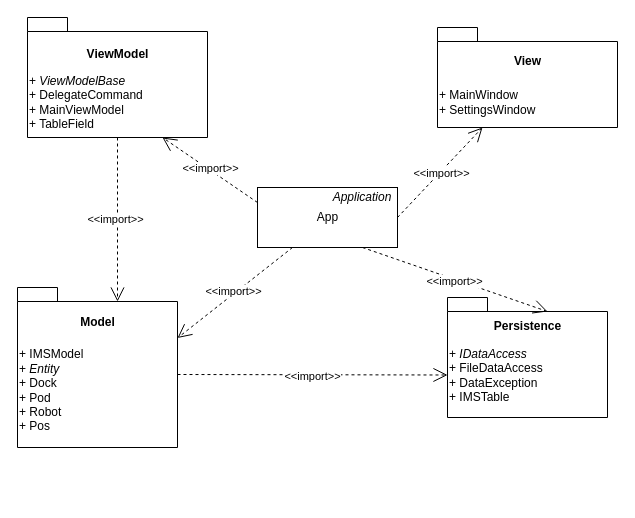
Before: documents/uml/Package_diagram.drawio in Toncsimoncsi/Inventory-Management-System, a draw.io diagram. Source tidied: cells renumbered, new cells numbered last; positions are measured from the earlier drawing's top-left corner, leaving out a move shared by most shapes. Both pictures are drawn from the tidied source at 100%, with x=0, y=0 at pixel (17, 17).
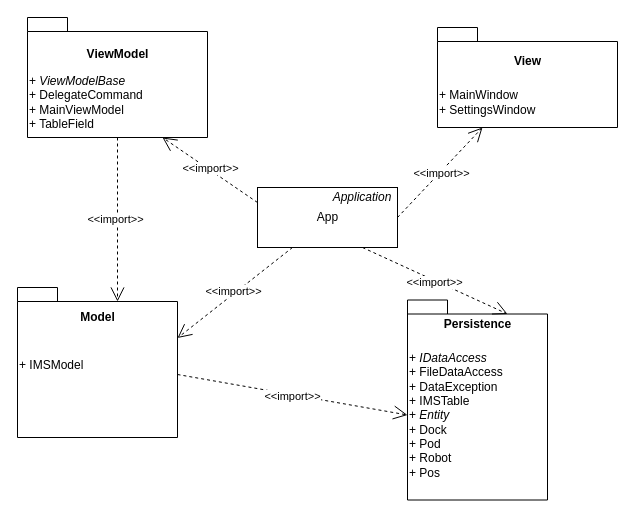
The same diagram, later.

Commit message (it also covers changes not shown here):
fixed usecase look and extended persistence and model in package diagram

The edit, as a diff of the source:
```diff
@@
 <mxGraphModel>
   <root>
     <mxCell id="0" />
     <mxCell id="1" parent="0" />
     <mxCell id="2" value="View&lt;br&gt;&lt;br&gt;&lt;br&gt;&lt;br&gt;" style="shape=folder;fontStyle=1;spacingTop=10;tabWidth=40;tabHeight=14;tabPosition=left;html=1;align=center;" parent="1" vertex="1">
       <mxGeometry x="420" y="10" width="180" height="100" as="geometry" />
     </mxCell>
     <mxCell id="3" value="&lt;span style=&quot;white-space: nowrap&quot;&gt;+ MainWindow&lt;br&gt;+ SettingsWindow&lt;br&gt;&lt;/span&gt;" style="text;html=1;strokeColor=none;fillColor=none;align=left;verticalAlign=middle;whiteSpace=wrap;rounded=0;" parent="1" vertex="1">
       <mxGeometry x="420" y="60" width="180" height="50" as="geometry" />
     </mxCell>
     <mxCell id="4" value="ViewModel&lt;br&gt;&lt;br&gt;&lt;br&gt;&lt;br&gt;&lt;br&gt;" style="shape=folder;fontStyle=1;spacingTop=10;tabWidth=40;tabHeight=14;tabPosition=left;html=1;" parent="1" vertex="1">
       <mxGeometry x="10" width="180" height="120" as="geometry" />
     </mxCell>
     <mxCell id="5" value="+ &lt;i&gt;ViewModelBase&lt;/i&gt;&lt;br&gt;+ DelegateCommand&lt;br&gt;+ MainViewModel&lt;br&gt;+ TableField" style="text;html=1;strokeColor=none;fillColor=none;align=left;verticalAlign=middle;whiteSpace=wrap;rounded=0;" parent="1" vertex="1">
       <mxGeometry x="10" y="50" width="180" height="70" as="geometry" />
     </mxCell>
     <mxCell id="6" value="App" style="html=1;" parent="1" vertex="1">
       <mxGeometry x="240" y="170" width="140" height="60" as="geometry" />
     </mxCell>
     <mxCell id="7" value="&lt;i&gt;Application&lt;/i&gt;" style="text;html=1;strokeColor=none;fillColor=none;align=center;verticalAlign=middle;whiteSpace=wrap;rounded=0;" parent="1" vertex="1">
       <mxGeometry x="310" y="170" width="70" height="20" as="geometry" />
     </mxCell>
     <mxCell id="8" value="Model&lt;br&gt;&lt;br&gt;&lt;br&gt;&lt;br&gt;&lt;br&gt;&lt;br&gt;&lt;br&gt;&lt;br&gt;" style="shape=folder;fontStyle=1;spacingTop=10;tabWidth=40;tabHeight=14;tabPosition=left;html=1;" parent="1" vertex="1">
-      <mxGeometry y="270" width="160" height="160" as="geometry" />
+      <mxGeometry y="270" width="160" height="150" as="geometry" />
     </mxCell>
-    <mxCell id="9" value="Persistence&lt;br&gt;&lt;br&gt;&lt;br&gt;&lt;br&gt;&lt;br&gt;&lt;br&gt;" style="shape=folder;fontStyle=1;spacingTop=10;tabWidth=40;tabHeight=14;tabPosition=left;html=1;" parent="1" vertex="1">
-      <mxGeometry x="430" y="280" width="160" height="120" as="geometry" />
+    <mxCell id="9" value="Persistence&lt;br&gt;&lt;br&gt;&lt;br&gt;&lt;br&gt;&lt;br&gt;&lt;br&gt;" style="shape=folder;fontStyle=1;spacingTop=10;tabWidth=40;tabHeight=14;tabPosition=left;html=1;verticalAlign=top;" parent="1" vertex="1">
+      <mxGeometry x="390" y="282.5" width="140" height="200" as="geometry" />
     </mxCell>
-    <mxCell id="10" value="+ IMSModel&lt;br&gt;+ &lt;i&gt;Entity&lt;/i&gt;&lt;br&gt;+ Dock&lt;br&gt;+ Pod&lt;br&gt;+ Robot&lt;br&gt;+ Pos" style="text;html=1;strokeColor=none;fillColor=none;align=left;verticalAlign=middle;whiteSpace=wrap;rounded=0;" parent="1" vertex="1">
-      <mxGeometry y="325" width="150" height="95" as="geometry" />
+    <mxCell id="10" value="+ IMSModel&lt;br&gt;" style="text;html=1;strokeColor=none;fillColor=none;align=left;verticalAlign=middle;whiteSpace=wrap;rounded=0;" parent="1" vertex="1">
+      <mxGeometry y="325" width="150" height="45" as="geometry" />
     </mxCell>
-    <mxCell id="11" value="+ &lt;i&gt;IDataAccess&lt;/i&gt;&lt;br&gt;+ FileDataAccess&lt;br&gt;+ DataException&lt;br&gt;+ IMSTable" style="text;html=1;strokeColor=none;fillColor=none;align=left;verticalAlign=middle;whiteSpace=wrap;rounded=0;" parent="1" vertex="1">
-      <mxGeometry x="430" y="315" width="160" height="85" as="geometry" />
+    <mxCell id="11" value="+ &lt;i&gt;IDataAccess&lt;/i&gt;&lt;br&gt;+ FileDataAccess&lt;br&gt;+ DataException&lt;br&gt;&lt;div&gt;+ IMSTable&lt;/div&gt;&lt;div&gt;+ &lt;i&gt;Entity&lt;/i&gt;&lt;br&gt;+ Dock&lt;br&gt;+ Pod&lt;br&gt;+ Robot&lt;br&gt;+ Pos&lt;/div&gt;" style="text;html=1;strokeColor=none;fillColor=none;align=left;verticalAlign=middle;whiteSpace=wrap;rounded=0;" parent="1" vertex="1">
+      <mxGeometry x="390" y="340" width="160" height="115" as="geometry" />
     </mxCell>
     <mxCell id="12" value="&amp;lt;&amp;lt;import&amp;gt;&amp;gt;" style="endArrow=open;endSize=12;dashed=1;html=1;entryX=0;entryY=0.5;entryDx=0;entryDy=0;exitX=0;exitY=0;exitDx=160;exitDy=87;exitPerimeter=0;" parent="1" edge="1" source="8" target="11">
       <mxGeometry y="-2" relative="1" as="geometry" />
     </mxCell>
     <mxCell id="13" value="&amp;lt;&amp;lt;import&amp;gt;&amp;gt;" style="endArrow=open;endSize=12;dashed=1;html=1;exitX=0.5;exitY=1;exitDx=0;exitDy=0;exitPerimeter=0;entryX=0;entryY=0;entryDx=100;entryDy=14;entryPerimeter=0;" parent="1" edge="1" source="4" target="8">
       <mxGeometry y="-2" relative="1" as="geometry" />
     </mxCell>
     <mxCell id="14" value="&amp;lt;&amp;lt;import&amp;gt;&amp;gt;" style="endArrow=open;endSize=12;dashed=1;html=1;exitX=0;exitY=0.25;exitDx=0;exitDy=0;entryX=0.75;entryY=1;entryDx=0;entryDy=0;" parent="1" edge="1" source="6" target="5">
       <mxGeometry y="-2" relative="1" as="geometry" />
     </mxCell>
     <mxCell id="15" value="&amp;lt;&amp;lt;import&amp;gt;&amp;gt;" style="endArrow=open;endSize=12;dashed=1;html=1;entryX=0.25;entryY=1;entryDx=0;entryDy=0;exitX=1;exitY=0.5;exitDx=0;exitDy=0;entryPerimeter=0;" parent="1" edge="1" source="6" target="2">
       <mxGeometry y="-2" relative="1" as="geometry" />
     </mxCell>
     <mxCell id="16" value="&amp;lt;&amp;lt;import&amp;gt;&amp;gt;" style="endArrow=open;endSize=12;dashed=1;html=1;exitX=0.25;exitY=1;exitDx=0;exitDy=0;entryX=0;entryY=0;entryDx=160;entryDy=50.5;entryPerimeter=0;" parent="1" edge="1" source="6" target="8">
       <mxGeometry y="-2" relative="1" as="geometry" />
     </mxCell>
     <mxCell id="17" value="&amp;lt;&amp;lt;import&amp;gt;&amp;gt;" style="endArrow=open;endSize=12;dashed=1;html=1;exitX=0.75;exitY=1;exitDx=0;exitDy=0;entryX=0;entryY=0;entryDx=100;entryDy=14;entryPerimeter=0;" parent="1" edge="1" source="6" target="9">
       <mxGeometry y="-2" relative="1" as="geometry" />
     </mxCell>
   </root>
 </mxGraphModel>
```
